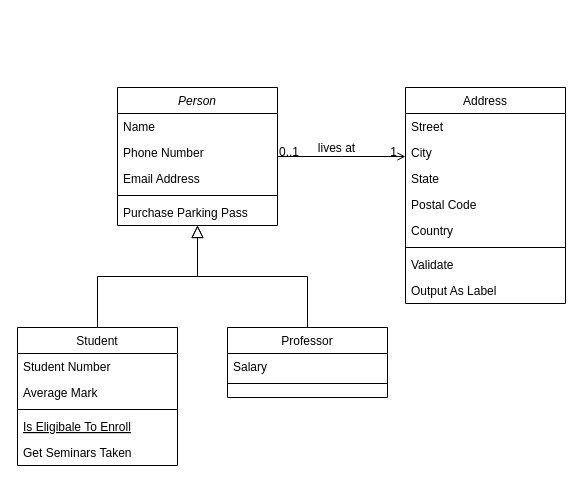
Above: 实验01：有方有圆/未命名绘图.drawio in trialley/CGLAB (draw.io), before the change. Source tidied: cells renumbered, new cells numbered last; positions are measured from the earlier drawing's top-left corner, leaving out a move shared by most shapes. Both pictures are drawn from the tidied source at 100%, with x=0, y=0 at pixel (17, 87).
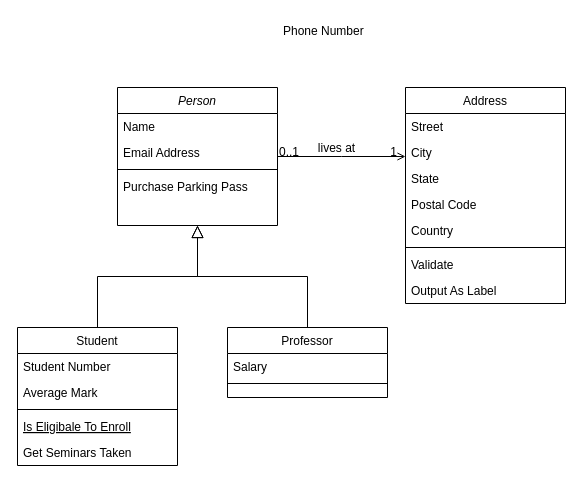
The same diagram, later.

Commit message:
更新未命名绘图.drawio

The change refers to these unchanged cells:
```xml
<mxCell id="2" value="Person" style="swimlane;fontStyle=2;align=center;verticalAlign=top;horizontal=1;startSize=26;rounded=0;shadow=0;strokeWidth=1;" parent="1" vertex="1">
  <mxGeometry x="100" width="160" height="138" as="geometry" />
</mxCell>
```

Change to the diagram source:
```diff
@@
-    <mxCell id="4" value="Phone Number" style="text;align=left;verticalAlign=top;spacingLeft=4;spacingRight=4;overflow=hidden;rounded=0;shadow=0;html=0;" parent="2" vertex="1">
-      <mxGeometry y="52" width="160" height="26" as="geometry" />
-    </mxCell>
     <mxCell id="5" value="Email Address" style="text;align=left;verticalAlign=top;spacingLeft=4;spacingRight=4;overflow=hidden;rounded=0;shadow=0;html=0;" parent="2" vertex="1">
-      <mxGeometry y="78" width="160" height="26" as="geometry" />
+      <mxGeometry y="52" width="160" height="26" as="geometry" />
     </mxCell>
     <mxCell id="6" style="line;html=1;strokeWidth=1;align=left;verticalAlign=middle;spacingTop=-1;spacingLeft=3;spacingRight=3;labelPosition=right;" parent="2" vertex="1">
-      <mxGeometry y="104" width="160" height="8" as="geometry" />
+      <mxGeometry y="78" width="160" height="8" as="geometry" />
     </mxCell>
     <mxCell id="7" value="Purchase Parking Pass" style="text;align=left;verticalAlign=top;spacingLeft=4;spacingRight=4;overflow=hidden;" parent="2" vertex="1">
-      <mxGeometry y="112" width="160" height="26" as="geometry" />
+      <mxGeometry y="86" width="160" height="26" as="geometry" />
     </mxCell>
@@
+    <mxCell id="4" value="Phone Number" style="text;align=left;verticalAlign=top;spacingLeft=4;spacingRight=4;overflow=hidden;rounded=0;shadow=0;html=0;" parent="1" vertex="1">
+      <mxGeometry x="260" y="-70" width="160" height="26" as="geometry" />
+    </mxCell>
```
